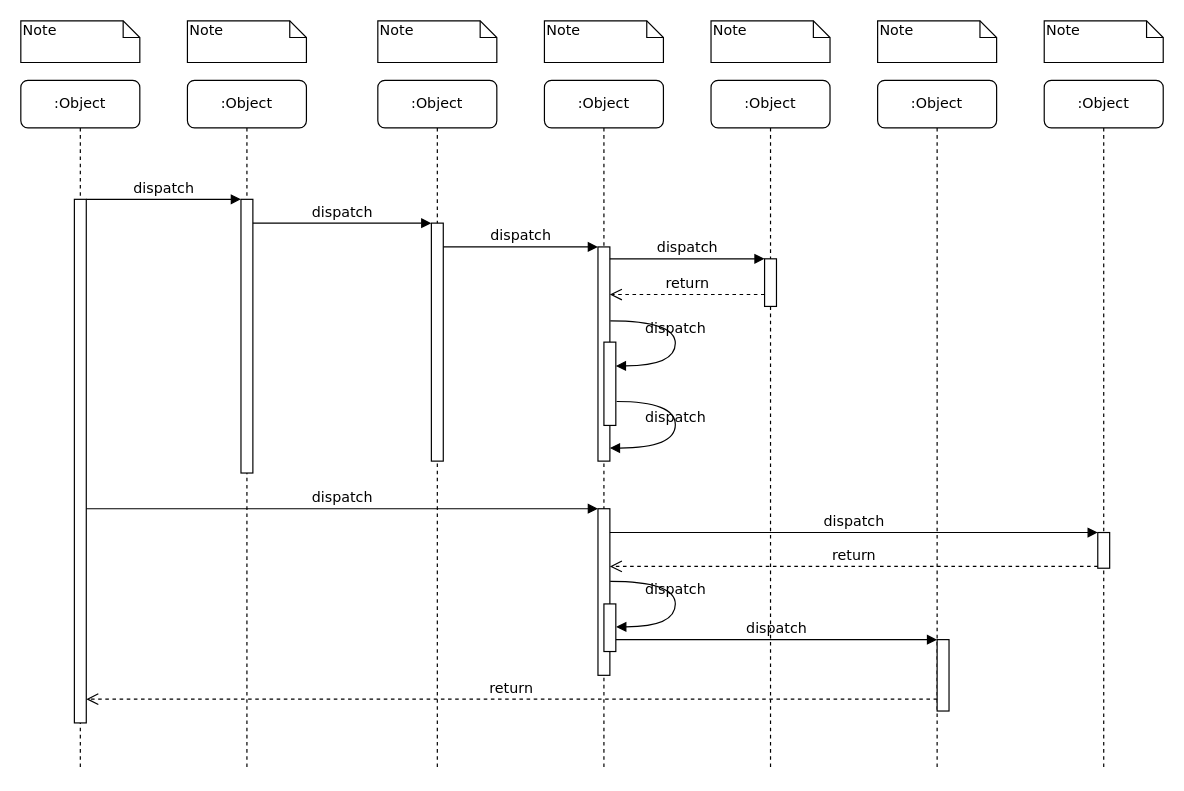
Above: Seq-LogCapture-NFC.drawio in SuperSources/draw.io (draw.io), before the change. Source tidied: cells renumbered, new cells numbered last; positions are measured from the earlier drawing's top-left corner, leaving out a move shared by most shapes. Both pictures are drawn from the tidied source at 119%, with x=0, y=0 at pixel (20, 20).
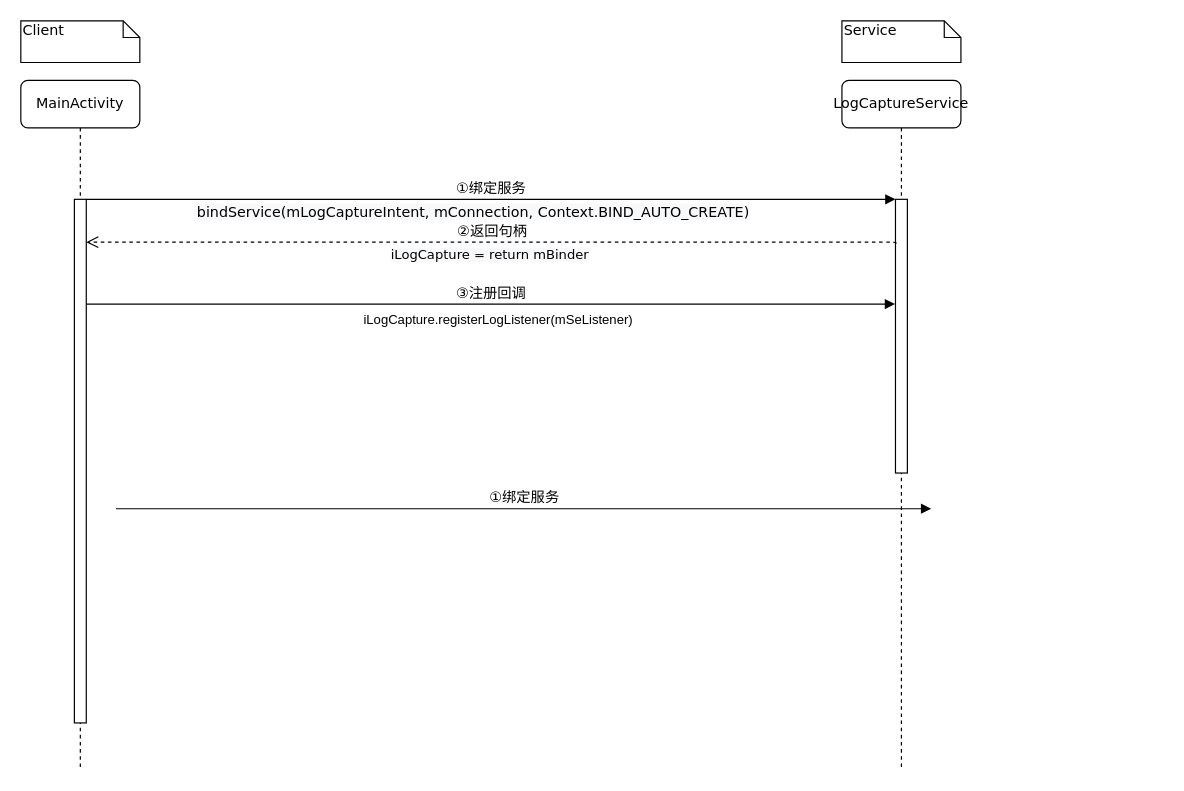
The same diagram, later.

The change refers to these unchanged cells:
```xml
<mxCell id="3" style="html=1;points=[];perimeter=orthogonalPerimeter;rounded=0;shadow=0;comic=0;labelBackgroundColor=none;strokeWidth=1;fontFamily=Verdana;fontSize=12;align=center;" parent="2" vertex="1">
  <mxGeometry x="45" y="100" width="10" height="230" as="geometry" />
</mxCell>
<mxCell id="11" style="html=1;points=[];perimeter=orthogonalPerimeter;rounded=0;shadow=0;comic=0;labelBackgroundColor=none;strokeWidth=1;fontFamily=Verdana;fontSize=12;align=center;" parent="10" vertex="1">
  <mxGeometry x="45" y="100" width="10" height="440" as="geometry" />
</mxCell>
```

Diff of the diagram source:
```diff
@@
-    <mxCell id="2" value=":Object" style="shape=umlLifeline;perimeter=lifelinePerimeter;whiteSpace=wrap;html=1;rounded=1;shadow=0;comic=0;labelBackgroundColor=none;strokeWidth=1;fontFamily=Verdana;fontSize=12;align=center;" parent="1" vertex="1">
-      <mxGeometry x="140" y="50" width="100" height="580" as="geometry" />
+    <mxCell id="2" value="LogCaptureService" style="shape=umlLifeline;perimeter=lifelinePerimeter;whiteSpace=wrap;html=1;rounded=1;shadow=0;comic=0;labelBackgroundColor=none;strokeWidth=1;fontFamily=Verdana;fontSize=12;align=center;" parent="1" vertex="1">
+      <mxGeometry x="690" y="50" width="100" height="580" as="geometry" />
     </mxCell>
@@
-    <mxCell id="4" value=":Object" style="shape=umlLifeline;perimeter=lifelinePerimeter;whiteSpace=wrap;html=1;rounded=1;shadow=0;comic=0;labelBackgroundColor=none;strokeWidth=1;fontFamily=Verdana;fontSize=12;align=center;" parent="1" vertex="1">
-      <mxGeometry x="300" y="50" width="100" height="580" as="geometry" />
-    </mxCell>
-    <mxCell id="5" style="html=1;points=[];perimeter=orthogonalPerimeter;rounded=0;shadow=0;comic=0;labelBackgroundColor=none;strokeWidth=1;fontFamily=Verdana;fontSize=12;align=center;" parent="4" vertex="1">
-      <mxGeometry x="45" y="120" width="10" height="200" as="geometry" />
-    </mxCell>
-    <mxCell id="6" value=":Object" style="shape=umlLifeline;perimeter=lifelinePerimeter;whiteSpace=wrap;html=1;rounded=1;shadow=0;comic=0;labelBackgroundColor=none;strokeWidth=1;fontFamily=Verdana;fontSize=12;align=center;" parent="1" vertex="1">
-      <mxGeometry x="440" y="50" width="100" height="580" as="geometry" />
-    </mxCell>
-    <mxCell id="7" value=":Object" style="shape=umlLifeline;perimeter=lifelinePerimeter;whiteSpace=wrap;html=1;rounded=1;shadow=0;comic=0;labelBackgroundColor=none;strokeWidth=1;fontFamily=Verdana;fontSize=12;align=center;" parent="1" vertex="1">
-      <mxGeometry x="580" y="50" width="100" height="580" as="geometry" />
-    </mxCell>
-    <mxCell id="8" value=":Object" style="shape=umlLifeline;perimeter=lifelinePerimeter;whiteSpace=wrap;html=1;rounded=1;shadow=0;comic=0;labelBackgroundColor=none;strokeWidth=1;fontFamily=Verdana;fontSize=12;align=center;" parent="1" vertex="1">
-      <mxGeometry x="720" y="50" width="100" height="580" as="geometry" />
-    </mxCell>
-    <mxCell id="9" value=":Object" style="shape=umlLifeline;perimeter=lifelinePerimeter;whiteSpace=wrap;html=1;rounded=1;shadow=0;comic=0;labelBackgroundColor=none;strokeWidth=1;fontFamily=Verdana;fontSize=12;align=center;" parent="1" vertex="1">
-      <mxGeometry x="860" y="50" width="100" height="580" as="geometry" />
-    </mxCell>
-    <mxCell id="10" value=":Object" style="shape=umlLifeline;perimeter=lifelinePerimeter;whiteSpace=wrap;html=1;rounded=1;shadow=0;comic=0;labelBackgroundColor=none;strokeWidth=1;fontFamily=Verdana;fontSize=12;align=center;" parent="1" vertex="1">
+    <mxCell id="10" value="MainActivity" style="shape=umlLifeline;perimeter=lifelinePerimeter;whiteSpace=wrap;html=1;rounded=1;shadow=0;comic=0;labelBackgroundColor=none;strokeWidth=1;fontFamily=Verdana;fontSize=12;align=center;" parent="1" vertex="1">
       <mxGeometry y="50" width="100" height="580" as="geometry" />
     </mxCell>
@@
-    <mxCell id="12" style="html=1;points=[];perimeter=orthogonalPerimeter;rounded=0;shadow=0;comic=0;labelBackgroundColor=none;strokeWidth=1;fontFamily=Verdana;fontSize=12;align=center;" parent="1" vertex="1">
-      <mxGeometry x="485" y="190" width="10" height="180" as="geometry" />
-    </mxCell>
-    <mxCell id="13" value="dispatch" style="html=1;verticalAlign=bottom;endArrow=block;labelBackgroundColor=none;fontFamily=Verdana;fontSize=12;edgeStyle=elbowEdgeStyle;elbow=vertical;" parent="1" edge="1" source="5" target="12">
-      <mxGeometry relative="1" as="geometry">
-        <Array as="points">
-          <mxPoint x="360" y="190" />
-        </Array>
-      </mxGeometry>
-    </mxCell>
-    <mxCell id="14" style="html=1;points=[];perimeter=orthogonalPerimeter;rounded=0;shadow=0;comic=0;labelBackgroundColor=none;strokeWidth=1;fontFamily=Verdana;fontSize=12;align=center;" parent="1" vertex="1">
-      <mxGeometry x="625" y="200" width="10" height="40" as="geometry" />
-    </mxCell>
-    <mxCell id="15" value="dispatch" style="html=1;verticalAlign=bottom;endArrow=block;entryX=0;entryY=0;labelBackgroundColor=none;fontFamily=Verdana;fontSize=12;edgeStyle=elbowEdgeStyle;elbow=vertical;" parent="1" edge="1" source="12" target="14">
-      <mxGeometry relative="1" as="geometry" />
-    </mxCell>
-    <mxCell id="16" value="return" style="html=1;verticalAlign=bottom;endArrow=open;dashed=1;endSize=8;labelBackgroundColor=none;fontFamily=Verdana;fontSize=12;edgeStyle=elbowEdgeStyle;elbow=vertical;" parent="1" edge="1" source="14" target="12">
-      <mxGeometry relative="1" as="geometry">
-        <Array as="points">
-          <mxPoint x="570" y="230" />
-          <mxPoint x="600" y="230" />
-        </Array>
-      </mxGeometry>
-    </mxCell>
-    <mxCell id="17" style="html=1;points=[];perimeter=orthogonalPerimeter;rounded=0;shadow=0;comic=0;labelBackgroundColor=none;strokeWidth=1;fontFamily=Verdana;fontSize=12;align=center;" parent="1" vertex="1">
-      <mxGeometry x="485" y="410" width="10" height="140" as="geometry" />
-    </mxCell>
-    <mxCell id="18" value="dispatch" style="html=1;verticalAlign=bottom;endArrow=block;entryX=0;entryY=0;labelBackgroundColor=none;fontFamily=Verdana;fontSize=12;" parent="1" edge="1" source="11" target="17">
-      <mxGeometry relative="1" as="geometry" />
-    </mxCell>
-    <mxCell id="19" style="html=1;points=[];perimeter=orthogonalPerimeter;rounded=0;shadow=0;comic=0;labelBackgroundColor=none;strokeColor=#000000;strokeWidth=1;fillColor=#FFFFFF;fontFamily=Verdana;fontSize=12;fontColor=#000000;align=center;" parent="1" vertex="1">
-      <mxGeometry x="905" y="430" width="10" height="30" as="geometry" />
-    </mxCell>
-    <mxCell id="20" value="dispatch" style="html=1;verticalAlign=bottom;endArrow=block;entryX=0;entryY=0;labelBackgroundColor=none;fontFamily=Verdana;fontSize=12;" parent="1" edge="1" source="17" target="19">
-      <mxGeometry relative="1" as="geometry" />
-    </mxCell>
-    <mxCell id="21" value="return" style="html=1;verticalAlign=bottom;endArrow=open;dashed=1;endSize=8;exitX=0;exitY=0.95;labelBackgroundColor=none;fontFamily=Verdana;fontSize=12;" parent="1" edge="1" source="19" target="17">
-      <mxGeometry relative="1" as="geometry" />
-    </mxCell>
-    <mxCell id="22" style="html=1;points=[];perimeter=orthogonalPerimeter;rounded=0;shadow=0;comic=0;labelBackgroundColor=none;strokeWidth=1;fontFamily=Verdana;fontSize=12;align=center;" parent="1" vertex="1">
-      <mxGeometry x="770" y="520" width="10" height="60" as="geometry" />
-    </mxCell>
-    <mxCell id="23" value="dispatch" style="html=1;verticalAlign=bottom;endArrow=block;entryX=0;entryY=0;labelBackgroundColor=none;fontFamily=Verdana;fontSize=12;edgeStyle=elbowEdgeStyle;elbow=vertical;" parent="1" edge="1" source="30" target="22">
-      <mxGeometry relative="1" as="geometry" />
-    </mxCell>
-    <mxCell id="24" value="return" style="html=1;verticalAlign=bottom;endArrow=open;dashed=1;endSize=8;labelBackgroundColor=none;fontFamily=Verdana;fontSize=12;edgeStyle=elbowEdgeStyle;elbow=vertical;" parent="1" edge="1" source="22" target="11">
+    <mxCell id="24" value="②返回句柄" style="html=1;verticalAlign=bottom;endArrow=open;dashed=1;endSize=8;labelBackgroundColor=none;fontFamily=Verdana;fontSize=12;edgeStyle=elbowEdgeStyle;elbow=vertical;exitX=0.062;exitY=0.161;exitDx=0;exitDy=0;exitPerimeter=0;" parent="1" edge="1" source="3" target="11">
       <mxGeometry relative="1" as="geometry">
         <Array as="points">
-          <mxPoint x="470" y="570" />
+          <mxPoint x="610" y="186" />
+          <mxPoint x="470" y="556" />
         </Array>
       </mxGeometry>
     </mxCell>
+    <mxCell id="39" value="&lt;span style=&quot;background-color: rgb(248 , 249 , 250)&quot;&gt;&lt;font face=&quot;Verdana&quot;&gt;iLogCapture = return&amp;nbsp;mBinder&lt;/font&gt;&lt;/span&gt;" style="edgeLabel;html=1;align=center;verticalAlign=middle;" parent="24" vertex="1">
+      <mxGeometry x="-0.02" y="2" relative="1" as="geometry">
+        <mxPoint x="-9" y="8" as="offset" />
+      </mxGeometry>
+    </mxCell>
-    <mxCell id="25" value="dispatch" style="html=1;verticalAlign=bottom;endArrow=block;entryX=0;entryY=0;labelBackgroundColor=none;fontFamily=Verdana;fontSize=12;edgeStyle=elbowEdgeStyle;elbow=vertical;" parent="1" edge="1" source="11" target="3">
+    <mxCell id="25" value="①绑定服务" style="html=1;verticalAlign=bottom;endArrow=block;entryX=0;entryY=0;labelBackgroundColor=none;fontFamily=Verdana;fontSize=12;edgeStyle=elbowEdgeStyle;elbow=vertical;" parent="1" edge="1" source="11" target="3">
       <mxGeometry relative="1" as="geometry" />
     </mxCell>
-    <mxCell id="26" value="dispatch" style="html=1;verticalAlign=bottom;endArrow=block;entryX=0;entryY=0;labelBackgroundColor=none;fontFamily=Verdana;fontSize=12;edgeStyle=elbowEdgeStyle;elbow=vertical;" parent="1" edge="1" source="3" target="5">
-      <mxGeometry relative="1" as="geometry" />
-    </mxCell>
-    <mxCell id="27" style="html=1;points=[];perimeter=orthogonalPerimeter;rounded=0;shadow=0;comic=0;labelBackgroundColor=none;strokeWidth=1;fontFamily=Verdana;fontSize=12;align=center;" parent="1" vertex="1">
-      <mxGeometry x="490" y="270" width="10" height="70" as="geometry" />
-    </mxCell>
-    <mxCell id="28" value="dispatch" style="html=1;verticalAlign=bottom;endArrow=block;labelBackgroundColor=none;fontFamily=Verdana;fontSize=12;elbow=vertical;edgeStyle=orthogonalEdgeStyle;curved=1;entryX=1;entryY=0.286;entryPerimeter=0;exitX=1.038;exitY=0.345;exitPerimeter=0;" parent="1" edge="1" source="12" target="27">
-      <mxGeometry relative="1" as="geometry">
-        <Array as="points">
-          <mxPoint x="550" y="252" />
-          <mxPoint x="550" y="290" />
-        </Array>
-      </mxGeometry>
-    </mxCell>
-    <mxCell id="29" value="dispatch" style="html=1;verticalAlign=bottom;endArrow=block;labelBackgroundColor=none;fontFamily=Verdana;fontSize=12;elbow=vertical;edgeStyle=orthogonalEdgeStyle;curved=1;exitX=1.066;exitY=0.713;exitPerimeter=0;" parent="1" edge="1" source="27">
-      <mxGeometry relative="1" as="geometry">
-        <mxPoint x="495" y="359" as="targetPoint" />
-        <Array as="points">
-          <mxPoint x="550" y="320" />
-          <mxPoint x="550" y="359" />
-        </Array>
-      </mxGeometry>
-    </mxCell>
-    <mxCell id="30" style="html=1;points=[];perimeter=orthogonalPerimeter;rounded=0;shadow=0;comic=0;labelBackgroundColor=none;strokeWidth=1;fontFamily=Verdana;fontSize=12;align=center;" parent="1" vertex="1">
-      <mxGeometry x="490" y="490" width="10" height="40" as="geometry" />
-    </mxCell>
-    <mxCell id="31" value="dispatch" style="html=1;verticalAlign=bottom;endArrow=block;labelBackgroundColor=none;fontFamily=Verdana;fontSize=12;elbow=vertical;edgeStyle=orthogonalEdgeStyle;curved=1;entryX=1;entryY=0.286;entryPerimeter=0;exitX=1.038;exitY=0.345;exitPerimeter=0;" parent="1" edge="1">
-      <mxGeometry relative="1" as="geometry">
-        <mxPoint x="495.3" y="471" as="sourcePoint" />
-        <mxPoint x="500.3" y="509.3" as="targetPoint" />
-        <Array as="points">
-          <mxPoint x="550" y="471" />
-          <mxPoint x="550" y="509" />
-        </Array>
-      </mxGeometry>
-    </mxCell>
+    <mxCell id="40" value="&lt;span style=&quot;font-family: &amp;#34;verdana&amp;#34; ; font-size: 12px ; background-color: rgb(248 , 249 , 250)&quot;&gt;bindService(mLogCaptureIntent, mConnection, Context.BIND_AUTO_CREATE)&lt;/span&gt;" style="edgeLabel;html=1;align=center;verticalAlign=middle;" parent="25" vertex="1">
+      <mxGeometry x="0.05" relative="1" as="geometry">
+        <mxPoint x="-33" y="10" as="offset" />
+      </mxGeometry>
+    </mxCell>
-    <mxCell id="32" value="Note" style="shape=note;whiteSpace=wrap;html=1;size=14;verticalAlign=top;align=left;spacingTop=-6;rounded=0;shadow=0;comic=0;labelBackgroundColor=none;strokeWidth=1;fontFamily=Verdana;fontSize=12;" parent="1" vertex="1">
+    <mxCell id="32" value="Client" style="shape=note;whiteSpace=wrap;html=1;size=14;verticalAlign=top;align=left;spacingTop=-6;rounded=0;shadow=0;comic=0;labelBackgroundColor=none;strokeWidth=1;fontFamily=Verdana;fontSize=12;" parent="1" vertex="1">
       <mxGeometry width="100" height="35" as="geometry" />
     </mxCell>
-    <mxCell id="33" value="Note" style="shape=note;whiteSpace=wrap;html=1;size=14;verticalAlign=top;align=left;spacingTop=-6;rounded=0;shadow=0;comic=0;labelBackgroundColor=none;strokeWidth=1;fontFamily=Verdana;fontSize=12;" parent="1" vertex="1">
-      <mxGeometry x="140" width="100" height="35" as="geometry" />
+    <mxCell id="33" value="Service" style="shape=note;whiteSpace=wrap;html=1;size=14;verticalAlign=top;align=left;spacingTop=-6;rounded=0;shadow=0;comic=0;labelBackgroundColor=none;strokeWidth=1;fontFamily=Verdana;fontSize=12;" parent="1" vertex="1">
+      <mxGeometry x="690" width="100" height="35" as="geometry" />
     </mxCell>
-    <mxCell id="34" value="Note" style="shape=note;whiteSpace=wrap;html=1;size=14;verticalAlign=top;align=left;spacingTop=-6;rounded=0;shadow=0;comic=0;labelBackgroundColor=none;strokeWidth=1;fontFamily=Verdana;fontSize=12;" parent="1" vertex="1">
-      <mxGeometry x="300" width="100" height="35" as="geometry" />
-    </mxCell>
-    <mxCell id="35" value="Note" style="shape=note;whiteSpace=wrap;html=1;size=14;verticalAlign=top;align=left;spacingTop=-6;rounded=0;shadow=0;comic=0;labelBackgroundColor=none;strokeWidth=1;fontFamily=Verdana;fontSize=12;" parent="1" vertex="1">
-      <mxGeometry x="440" width="100" height="35" as="geometry" />
-    </mxCell>
-    <mxCell id="36" value="Note" style="shape=note;whiteSpace=wrap;html=1;size=14;verticalAlign=top;align=left;spacingTop=-6;rounded=0;shadow=0;comic=0;labelBackgroundColor=none;strokeWidth=1;fontFamily=Verdana;fontSize=12;" parent="1" vertex="1">
-      <mxGeometry x="580" width="100" height="35" as="geometry" />
-    </mxCell>
-    <mxCell id="37" value="Note" style="shape=note;whiteSpace=wrap;html=1;size=14;verticalAlign=top;align=left;spacingTop=-6;rounded=0;shadow=0;comic=0;labelBackgroundColor=none;strokeWidth=1;fontFamily=Verdana;fontSize=12;" parent="1" vertex="1">
-      <mxGeometry x="720" width="100" height="35" as="geometry" />
-    </mxCell>
-    <mxCell id="38" value="Note" style="shape=note;whiteSpace=wrap;html=1;size=14;verticalAlign=top;align=left;spacingTop=-6;rounded=0;shadow=0;comic=0;labelBackgroundColor=none;strokeWidth=1;fontFamily=Verdana;fontSize=12;" parent="1" vertex="1">
-      <mxGeometry x="860" width="100" height="35" as="geometry" />
-    </mxCell>
+    <mxCell id="41" value="③注册回调" style="html=1;verticalAlign=bottom;endArrow=block;entryX=-0.038;entryY=0.381;labelBackgroundColor=none;fontFamily=Verdana;fontSize=12;edgeStyle=elbowEdgeStyle;elbow=vertical;entryDx=0;entryDy=0;entryPerimeter=0;" parent="1" edge="1" source="11" target="3">
+      <mxGeometry relative="1" as="geometry" />
+    </mxCell>
+    <mxCell id="42" value="iLogCapture.registerLogListener(mSeListener)" style="edgeLabel;html=1;align=center;verticalAlign=middle;" parent="41" vertex="1">
+      <mxGeometry x="0.03" y="-1" relative="1" as="geometry">
+        <mxPoint x="-5" y="11" as="offset" />
+      </mxGeometry>
+    </mxCell>
+    <mxCell id="43" value="①绑定服务" style="html=1;verticalAlign=bottom;endArrow=block;entryX=0;entryY=0;labelBackgroundColor=none;fontFamily=Verdana;fontSize=12;edgeStyle=elbowEdgeStyle;elbow=vertical;" parent="1" edge="1">
+      <mxGeometry relative="1" as="geometry">
+        <mxPoint x="80" y="410" as="sourcePoint" />
+        <mxPoint x="765" y="410" as="targetPoint" />
+      </mxGeometry>
+    </mxCell>
```
